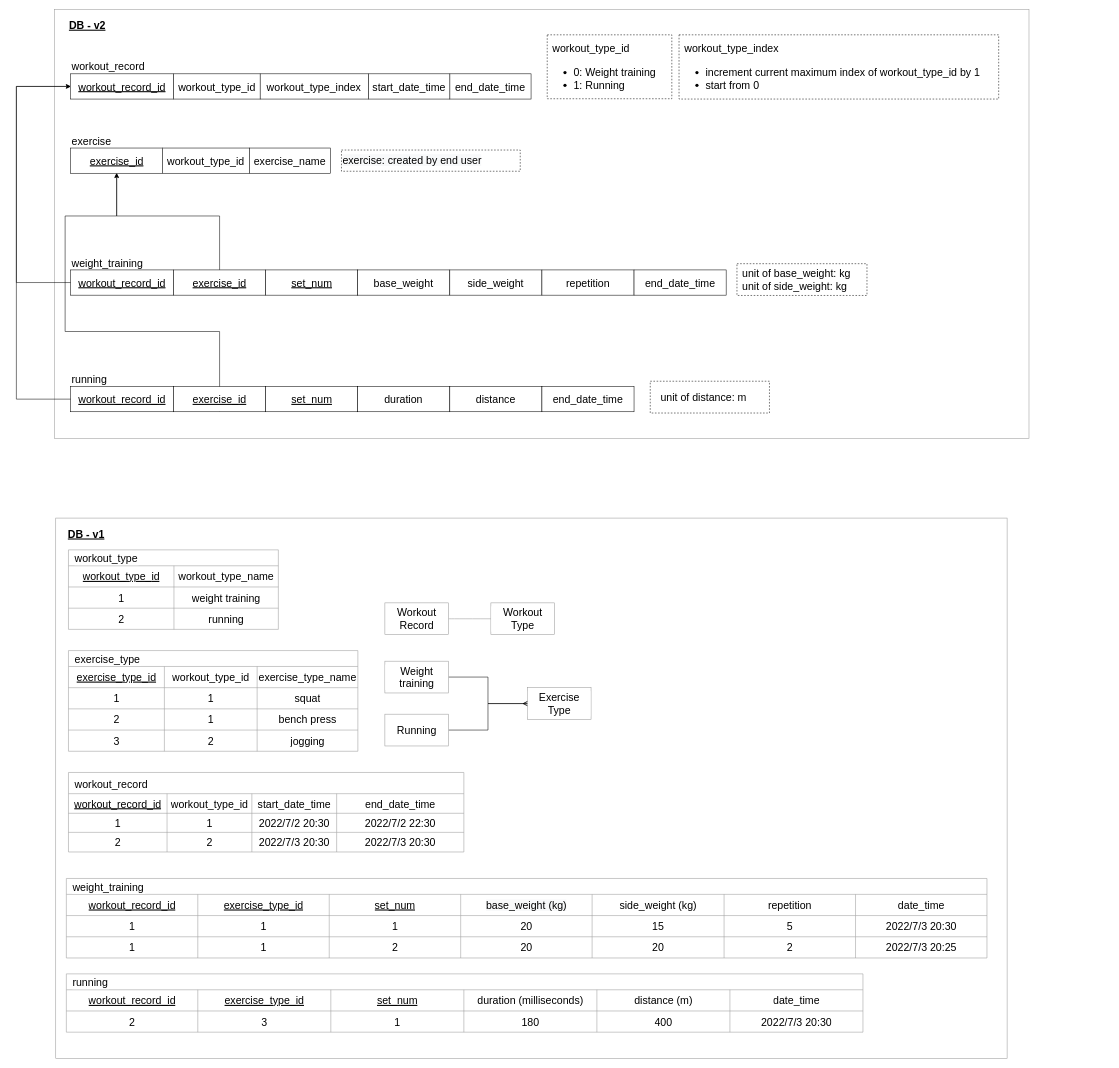
The draw.io diagram page "DB" (2 of 2) of workout_app_design.drawio in ChienKangLu/workout_app, before the edit. Source tidied: cells renumbered, new cells numbered last; positions are measured from the earlier drawing's top-left corner, leaving out a move shared by most shapes. Both pictures are drawn from the tidied source at 53%, with x=0, y=0 at pixel (16, 9).
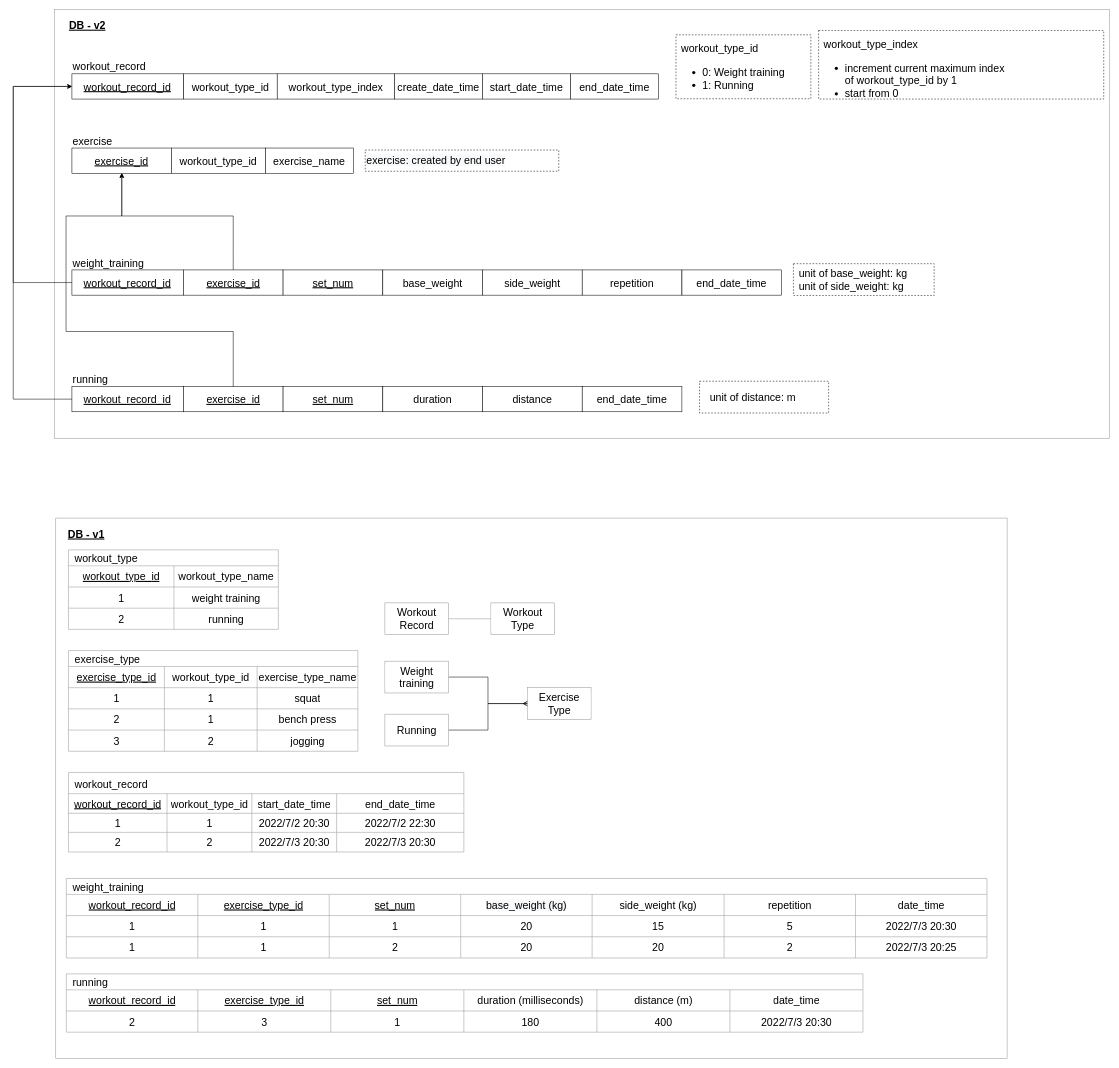
Above is the later version.

Commit message (it also covers changes not shown here):
Sort workout list by create date time and show status text

What changed in the source:
```diff
@@
     <mxCell id="95" style="rounded=0;whiteSpace=wrap;html=1;shadow=0;labelBackgroundColor=default;fontSize=20;fontColor=#000000;strokeColor=#999999;strokeWidth=1;fillColor=default;glass=0;sketch=0;spacingTop=10;spacingLeft=10;spacingBottom=10;spacingRight=10;align=left;" parent="1" vertex="1">
-      <mxGeometry x="72" width="1839" height="810" as="geometry" />
+      <mxGeometry x="72" width="1991" height="810" as="geometry" />
     </mxCell>
     <mxCell id="96" value="end_date_time" style="whiteSpace=wrap;html=1;fontSize=20;rounded=0;" parent="95" vertex="1">
-      <mxGeometry x="746.2" y="121.8" width="153.3" height="47.6" as="geometry" />
+      <mxGeometry x="973.9" y="121.8" width="166" height="47.6" as="geometry" />
     </mxCell>
     <mxCell id="97" value="start_date_time" style="whiteSpace=wrap;html=1;fontSize=20;rounded=0;" parent="95" vertex="1">
-      <mxGeometry x="592.9" y="121.8" width="153.3" height="47.6" as="geometry" />
+      <mxGeometry x="807.9" y="121.8" width="166" height="47.6" as="geometry" />
     </mxCell>
     <mxCell id="98" value="workout_type_id" style="whiteSpace=wrap;html=1;fontSize=20;rounded=0;" parent="95" vertex="1">
-      <mxGeometry x="224.9" y="121.8" width="163.6" height="47.6" as="geometry" />
+      <mxGeometry x="243.5" y="121.8" width="177.1" height="47.6" as="geometry" />
     </mxCell>
     <mxCell id="99" value="&lt;u&gt;workout_record_id&lt;/u&gt;" style="rounded=0;whiteSpace=wrap;html=1;fontSize=20;" parent="95" vertex="1">
-      <mxGeometry x="30.7" y="121.8" width="194.2" height="47.6" as="geometry" />
+      <mxGeometry x="33.2" y="121.8" width="210.3" height="47.6" as="geometry" />
     </mxCell>
     <mxCell id="100" value="workout_type_id" style="whiteSpace=wrap;html=1;fontSize=20;rounded=0;" parent="95" vertex="1">
-      <mxGeometry x="204.4" y="261.8" width="163.6" height="47.6" as="geometry" />
+      <mxGeometry x="221.3" y="261.8" width="177.1" height="47.6" as="geometry" />
     </mxCell>
     <mxCell id="101" value="&lt;span style=&quot;color: rgb(0, 0, 0); font-family: Helvetica; font-size: 20px; font-style: normal; font-variant-ligatures: normal; font-variant-caps: normal; font-weight: 400; letter-spacing: normal; orphans: 2; text-align: left; text-indent: 0px; text-transform: none; widows: 2; word-spacing: 0px; -webkit-text-stroke-width: 0px; background-color: rgb(255, 255, 255); text-decoration-thickness: initial; text-decoration-style: initial; text-decoration-color: initial; float: none; display: inline !important;&quot;&gt;workout_record&lt;/span&gt;" style="text;whiteSpace=wrap;html=1;fontSize=20;" parent="95" vertex="1">
-      <mxGeometry x="30.7" y="90" width="163.6" height="31.8" as="geometry" />
+      <mxGeometry x="33.2" y="90" width="177.1" height="31.8" as="geometry" />
     </mxCell>
     <mxCell id="102" value="&lt;span style=&quot;color: rgb(0, 0, 0); font-family: Helvetica; font-size: 20px; font-style: normal; font-variant-ligatures: normal; font-variant-caps: normal; font-weight: 400; letter-spacing: normal; orphans: 2; text-align: left; text-indent: 0px; text-transform: none; widows: 2; word-spacing: 0px; -webkit-text-stroke-width: 0px; background-color: rgb(255, 255, 255); text-decoration-thickness: initial; text-decoration-style: initial; text-decoration-color: initial; float: none; display: inline !important;&quot;&gt;exercise&lt;/span&gt;" style="text;whiteSpace=wrap;html=1;fontSize=20;" parent="95" vertex="1">
-      <mxGeometry x="30.7" y="230" width="163.6" height="31.8" as="geometry" />
+      <mxGeometry x="33.2" y="230" width="177.1" height="31.8" as="geometry" />
     </mxCell>
     <mxCell id="103" value="exercise_name" style="whiteSpace=wrap;html=1;fontSize=20;rounded=0;" parent="95" vertex="1">
-      <mxGeometry x="368" y="261.8" width="153.3" height="47.6" as="geometry" />
+      <mxGeometry x="398.4" y="261.8" width="166" height="47.6" as="geometry" />
     </mxCell>
     <mxCell id="104" value="&lt;span style=&quot;background-color: rgb(255, 255, 255);&quot;&gt;weight_training&lt;/span&gt;" style="text;whiteSpace=wrap;html=1;fontSize=20;" parent="95" vertex="1">
-      <mxGeometry x="30.7" y="460" width="163.6" height="31.8" as="geometry" />
+      <mxGeometry x="33.2" y="460" width="177.1" height="31.8" as="geometry" />
     </mxCell>
     <mxCell id="105" value="&lt;u&gt;workout_record_id&lt;/u&gt;" style="rounded=0;whiteSpace=wrap;html=1;fontSize=20;" parent="95" vertex="1">
-      <mxGeometry x="30.7" y="491.8" width="194.2" height="47.6" as="geometry" />
+      <mxGeometry x="33.2" y="491.8" width="210.3" height="47.6" as="geometry" />
     </mxCell>
     <mxCell id="106" value="&lt;u&gt;exercise_id&lt;/u&gt;" style="rounded=0;whiteSpace=wrap;html=1;fontSize=20;" parent="95" vertex="1">
-      <mxGeometry x="30.7" y="261.8" width="173.8" height="47.6" as="geometry" />
+      <mxGeometry x="33.2" y="261.8" width="188.1" height="47.6" as="geometry" />
     </mxCell>
     <mxCell id="107" style="edgeStyle=orthogonalEdgeStyle;rounded=0;jettySize=auto;html=1;fontSize=20;entryX=0.5;entryY=1;entryDx=0;entryDy=0;exitX=0.5;exitY=0;exitDx=0;exitDy=0;" parent="95" edge="1" source="108" target="106">
       <mxGeometry relative="1" as="geometry">
         <Array as="points">
-          <mxPoint x="311.8" y="390" />
-          <mxPoint x="117.6" y="390" />
+          <mxPoint x="337.5" y="390" />
+          <mxPoint x="127.3" y="390" />
         </Array>
       </mxGeometry>
     </mxCell>
     <mxCell id="108" value="&lt;u&gt;exercise_id&lt;/u&gt;" style="rounded=0;whiteSpace=wrap;html=1;fontSize=20;" parent="95" vertex="1">
-      <mxGeometry x="224.9" y="491.8" width="173.8" height="47.6" as="geometry" />
+      <mxGeometry x="243.5" y="491.8" width="188.1" height="47.6" as="geometry" />
     </mxCell>
     <mxCell id="109" value="&lt;u&gt;set_num&lt;/u&gt;" style="rounded=0;whiteSpace=wrap;html=1;fontSize=20;" parent="95" vertex="1">
-      <mxGeometry x="398.7" y="491.8" width="173.8" height="47.6" as="geometry" />
+      <mxGeometry x="431.6" y="491.8" width="188.1" height="47.6" as="geometry" />
     </mxCell>
     <mxCell id="110" value="&lt;span&gt;base_weight&lt;/span&gt;" style="rounded=0;whiteSpace=wrap;html=1;fontSize=20;fontStyle=0;" parent="95" vertex="1">
-      <mxGeometry x="572.4" y="491.8" width="173.8" height="47.6" as="geometry" />
+      <mxGeometry x="619.8" y="491.8" width="188.1" height="47.6" as="geometry" />
     </mxCell>
     <mxCell id="111" value="&lt;span&gt;side_weight&lt;/span&gt;" style="rounded=0;whiteSpace=wrap;html=1;fontSize=20;fontStyle=0;" parent="95" vertex="1">
-      <mxGeometry x="746.2" y="491.8" width="173.8" height="47.6" as="geometry" />
+      <mxGeometry x="807.9" y="491.8" width="188.1" height="47.6" as="geometry" />
     </mxCell>
     <mxCell id="112" value="&lt;span&gt;repetition&lt;/span&gt;" style="rounded=0;whiteSpace=wrap;html=1;fontSize=20;fontStyle=0;" parent="95" vertex="1">
-      <mxGeometry x="920" y="491.8" width="173.8" height="47.6" as="geometry" />
+      <mxGeometry x="996" y="491.8" width="188.1" height="47.6" as="geometry" />
     </mxCell>
     <mxCell id="113" value="&lt;span&gt;end_date_time&lt;/span&gt;" style="rounded=0;whiteSpace=wrap;html=1;fontSize=20;fontStyle=0;" parent="95" vertex="1">
-      <mxGeometry x="1093.8" y="491.8" width="173.8" height="47.6" as="geometry" />
+      <mxGeometry x="1184.2" y="491.8" width="188.1" height="47.6" as="geometry" />
     </mxCell>
     <mxCell id="114" value="&lt;span style=&quot;background-color: rgb(255, 255, 255);&quot;&gt;running&lt;/span&gt;" style="text;whiteSpace=wrap;html=1;fontSize=20;" parent="95" vertex="1">
-      <mxGeometry x="30.7" y="680" width="163.6" height="31.8" as="geometry" />
+      <mxGeometry x="33.2" y="680" width="177.1" height="31.8" as="geometry" />
     </mxCell>
     <mxCell id="115" value="&lt;u&gt;workout_record_id&lt;/u&gt;" style="rounded=0;whiteSpace=wrap;html=1;fontSize=20;" parent="95" vertex="1">
-      <mxGeometry x="30.7" y="711.8" width="194.2" height="47.6" as="geometry" />
+      <mxGeometry x="33.2" y="711.8" width="210.3" height="47.6" as="geometry" />
     </mxCell>
     <mxCell id="116" style="edgeStyle=orthogonalEdgeStyle;rounded=0;jettySize=auto;html=1;fontSize=20;entryX=0.5;entryY=1;entryDx=0;entryDy=0;exitX=0.5;exitY=1;exitDx=0;exitDy=0;" parent="95" edge="1" source="117" target="106">
       <mxGeometry relative="1" as="geometry">
         <Array as="points">
-          <mxPoint x="311.8" y="608" />
-          <mxPoint x="20.4" y="608" />
-          <mxPoint x="20.4" y="390" />
-          <mxPoint x="117.6" y="390" />
+          <mxPoint x="337.5" y="608" />
+          <mxPoint x="22.1" y="608" />
+          <mxPoint x="22.1" y="390" />
+          <mxPoint x="127.3" y="390" />
         </Array>
       </mxGeometry>
     </mxCell>
     <mxCell id="117" value="&lt;u&gt;exercise_id&lt;/u&gt;" style="rounded=0;whiteSpace=wrap;html=1;fontSize=20;" parent="95" vertex="1">
-      <mxGeometry x="224.9" y="711.8" width="173.8" height="47.6" as="geometry" />
+      <mxGeometry x="243.5" y="711.8" width="188.1" height="47.6" as="geometry" />
     </mxCell>
     <mxCell id="118" value="&lt;u&gt;set_num&lt;/u&gt;" style="rounded=0;whiteSpace=wrap;html=1;fontSize=20;" parent="95" vertex="1">
-      <mxGeometry x="398.7" y="711.8" width="173.8" height="47.6" as="geometry" />
+      <mxGeometry x="431.6" y="711.8" width="188.1" height="47.6" as="geometry" />
     </mxCell>
     <mxCell id="119" value="&lt;span&gt;duration&lt;/span&gt;" style="rounded=0;whiteSpace=wrap;html=1;fontSize=20;fontStyle=0;" parent="95" vertex="1">
-      <mxGeometry x="572.4" y="711.8" width="173.8" height="47.6" as="geometry" />
+      <mxGeometry x="619.8" y="711.8" width="188.1" height="47.6" as="geometry" />
     </mxCell>
     <mxCell id="120" value="&lt;span&gt;distance&lt;/span&gt;" style="rounded=0;whiteSpace=wrap;html=1;fontSize=20;fontStyle=0;" parent="95" vertex="1">
-      <mxGeometry x="746.2" y="711.8" width="173.8" height="47.6" as="geometry" />
+      <mxGeometry x="807.9" y="711.8" width="188.1" height="47.6" as="geometry" />
     </mxCell>
     <mxCell id="121" value="&lt;span&gt;end_date_time&lt;/span&gt;" style="rounded=0;whiteSpace=wrap;html=1;fontSize=20;fontStyle=0;" parent="95" vertex="1">
-      <mxGeometry x="920" y="711.8" width="173.8" height="47.6" as="geometry" />
+      <mxGeometry x="996" y="711.8" width="188.1" height="47.6" as="geometry" />
     </mxCell>
     <mxCell id="122" value="&lt;font style=&quot;font-size: 20px;&quot;&gt;workout_type_id&lt;br&gt;&lt;ul&gt;&lt;li&gt;&lt;font style=&quot;font-size: 20px;&quot;&gt;0: Weight training&lt;/font&gt;&lt;/li&gt;&lt;li&gt;1: Running&lt;/li&gt;&lt;/ul&gt;&lt;br&gt;&lt;/font&gt;" style="text;html=1;strokeColor=default;fillColor=none;align=left;verticalAlign=top;whiteSpace=wrap;rounded=0;dashed=1;spacing=0;horizontal=1;spacingLeft=10;spacingRight=10;spacingBottom=10;spacingTop=10;" parent="95" vertex="1">
-      <mxGeometry x="930" y="48.2" width="235.1" height="120.6" as="geometry" />
+      <mxGeometry x="1172.9" y="48.2" width="254.5" height="120.6" as="geometry" />
     </mxCell>
     <mxCell id="123" value="&lt;span style=&quot;color: rgb(0, 0, 0); font-family: Helvetica; font-size: 20px; font-style: normal; font-variant-ligatures: normal; font-variant-caps: normal; font-weight: 400; letter-spacing: normal; orphans: 2; text-align: left; text-indent: 0px; text-transform: none; widows: 2; word-spacing: 0px; -webkit-text-stroke-width: 0px; background-color: rgb(248, 249, 250); text-decoration-thickness: initial; text-decoration-style: initial; text-decoration-color: initial; float: none; display: inline !important;&quot;&gt;exercise: created by end user&lt;/span&gt;" style="text;whiteSpace=wrap;html=1;fontSize=20;strokeColor=default;dashed=1;" parent="95" vertex="1">
-      <mxGeometry x="541.8" y="265.6" width="337.3" height="40" as="geometry" />
+      <mxGeometry x="586.6" y="265.6" width="365.2" height="40" as="geometry" />
     </mxCell>
     <mxCell id="124" value="&lt;font style=&quot;font-size: 20px;&quot;&gt;unit of base_weight: kg&lt;br&gt;unit of side_weight: kg&lt;br&gt;&lt;/font&gt;" style="text;html=1;strokeColor=default;fillColor=none;align=left;verticalAlign=middle;whiteSpace=wrap;rounded=0;dashed=1;spacing=10;" parent="95" vertex="1">
-      <mxGeometry x="1288" y="480" width="245.3" height="60" as="geometry" />
+      <mxGeometry x="1394.5" y="480" width="265.6" height="60" as="geometry" />
     </mxCell>
     <mxCell id="125" value="&lt;font style=&quot;font-size: 20px;&quot;&gt;unit of distance: m&lt;br&gt;&lt;/font&gt;" style="text;html=1;strokeColor=default;fillColor=none;align=left;verticalAlign=middle;whiteSpace=wrap;rounded=0;dashed=1;spacing=10;spacingTop=10;spacingLeft=10;spacingBottom=10;spacingRight=10;" parent="95" vertex="1">
-      <mxGeometry x="1124.4" y="701.8" width="224.9" height="60" as="geometry" />
+      <mxGeometry x="1217.4" y="701.8" width="243.5" height="60" as="geometry" />
     </mxCell>
     <mxCell id="126" style="rounded=0;jettySize=auto;html=1;fontSize=20;entryX=0;entryY=0.5;entryDx=0;entryDy=0;edgeStyle=orthogonalEdgeStyle;" parent="95" edge="1" source="105" target="99">
       <mxGeometry relative="1" as="geometry">
         <Array as="points">
-          <mxPoint x="-71.6" y="516" />
-          <mxPoint x="-71.6" y="146" />
+          <mxPoint x="-77.5" y="516" />
+          <mxPoint x="-77.5" y="146" />
         </Array>
       </mxGeometry>
     </mxCell>
     <mxCell id="127" style="rounded=0;jettySize=auto;html=1;fontSize=20;entryX=0;entryY=0.5;entryDx=0;entryDy=0;exitX=0;exitY=0.5;exitDx=0;exitDy=0;edgeStyle=orthogonalEdgeStyle;" parent="95" edge="1" source="115" target="99">
       <mxGeometry relative="1" as="geometry">
         <Array as="points">
-          <mxPoint x="-71.6" y="736" />
-          <mxPoint x="-71.6" y="146" />
+          <mxPoint x="-77.5" y="736" />
+          <mxPoint x="-77.5" y="146" />
         </Array>
       </mxGeometry>
     </mxCell>
     <mxCell id="128" value="workout_type_index" style="whiteSpace=wrap;html=1;fontSize=20;rounded=0;" parent="95" vertex="1">
-      <mxGeometry x="388.4" y="121.8" width="204.4" height="47.6" as="geometry" />
+      <mxGeometry x="420.5" y="121.8" width="221.3" height="47.6" as="geometry" />
     </mxCell>
     <mxCell id="129" value="&lt;font style=&quot;font-size: 20px;&quot;&gt;&lt;span style=&quot;&quot;&gt;workout_type_index&lt;br&gt;&lt;ul&gt;&lt;li&gt;&lt;font style=&quot;font-size: 20px;&quot;&gt;&lt;span style=&quot;text-align: center;&quot;&gt;increment current maximum index of&amp;nbsp;&lt;/span&gt;&lt;span style=&quot;text-align: center;&quot;&gt;workout_type_id&lt;/span&gt;&lt;span style=&quot;text-align: center;&quot;&gt;&amp;nbsp;by 1&lt;/span&gt;&lt;/font&gt;&lt;/li&gt;&lt;li&gt;&lt;font style=&quot;font-size: 20px;&quot;&gt;&lt;span style=&quot;&quot;&gt;start from 0&amp;nbsp;&lt;/span&gt;&lt;/font&gt;&lt;/li&gt;&lt;/ul&gt;&lt;/span&gt;&lt;/font&gt;" style="text;html=1;strokeColor=default;fillColor=none;align=left;verticalAlign=top;whiteSpace=wrap;rounded=0;dashed=1;spacing=0;spacingLeft=10;spacingTop=10;spacingBottom=10;spacingRight=10;" parent="95" vertex="1">
-      <mxGeometry x="1178.7" y="48.2" width="603.1" height="121.2" as="geometry" />
+      <mxGeometry x="1442.1" y="40" width="537.9" height="129.4" as="geometry" />
     </mxCell>
+    <mxCell id="131" value="create_date_time" style="whiteSpace=wrap;html=1;fontSize=20;rounded=0;" parent="95" vertex="1">
+      <mxGeometry x="641.9" y="121.8" width="166" height="47.6" as="geometry" />
+    </mxCell>
```
